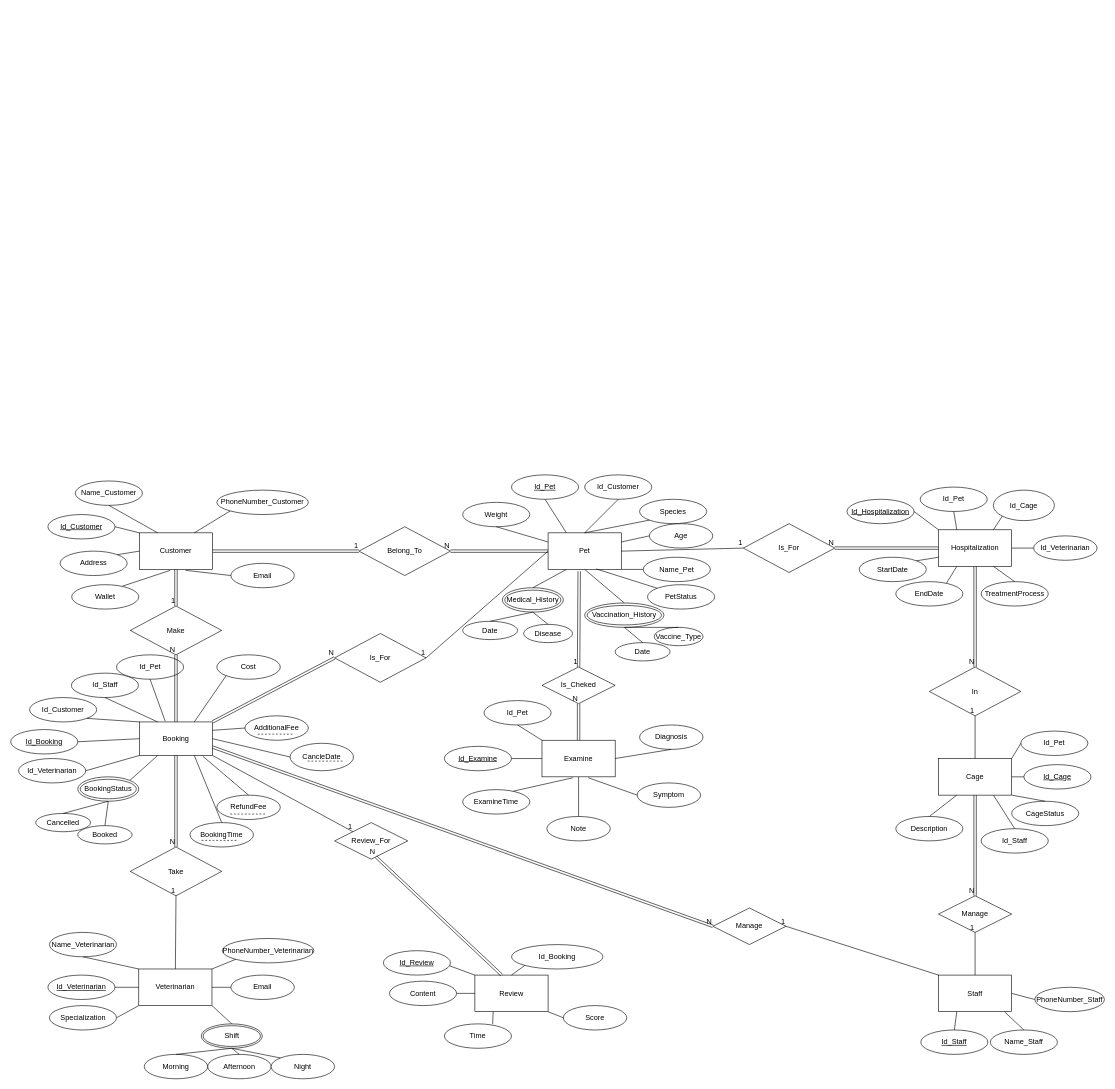
Earlier version of the draw.io diagram ERDOfProject.drawio (haq1904/PetHealthCareSystemProject). Source tidied: cells renumbered, new cells numbered last; positions are measured from the earlier drawing's top-left corner, leaving out a move shared by most shapes. Both pictures are drawn from the tidied source at 61%, with x=0, y=0 at pixel (10, 475).
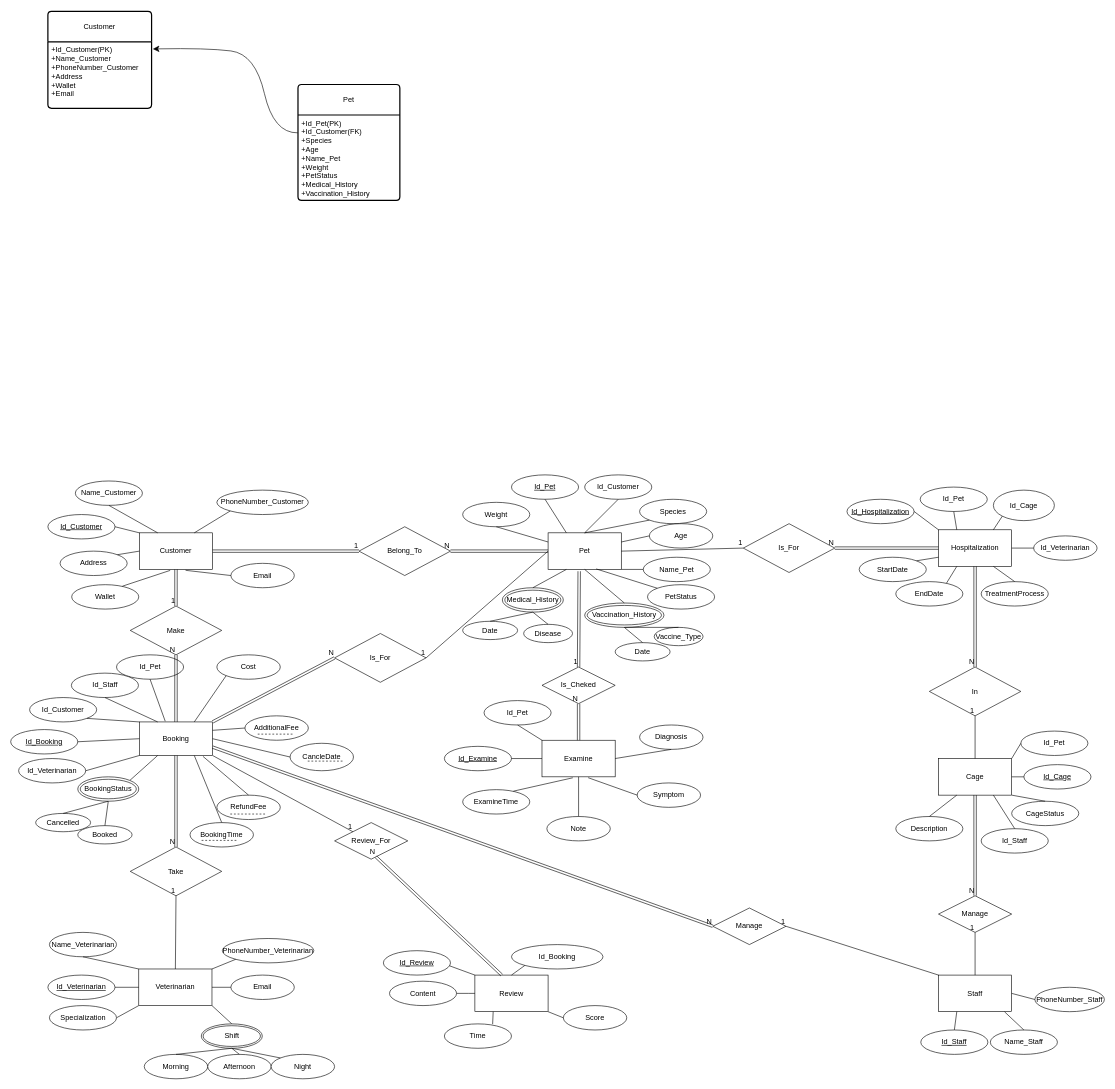
Above is the later version.

Commit message:
Cập nhật ERDOfProject.drawio

The edit, as a diff of the source:
```diff
@@
+    <mxCell id="199" value="&lt;span style=&quot;font-size: 12px;&quot;&gt;Customer&lt;/span&gt;" style="swimlane;horizontal=1;startSize=50;rounded=1;fontSize=14;fontStyle=0;strokeWidth=2;shadow=0;dashed=0;align=center;arcSize=4;whiteSpace=wrap;html=1;" parent="1" vertex="1">
+      <mxGeometry x="61" y="-760" width="170" height="159" as="geometry" />
+    </mxCell>
+    <mxCell id="200" value="+&lt;span style=&quot;text-align: center; text-wrap-mode: wrap;&quot;&gt;Id_Customer(PK)&lt;/span&gt;&lt;br&gt;+&lt;span style=&quot;text-align: center; text-wrap-mode: wrap;&quot;&gt;Name_Customer&lt;/span&gt;&lt;br&gt;+&lt;span style=&quot;text-align: center; text-wrap-mode: wrap;&quot;&gt;PhoneNumber_Customer&lt;/span&gt;&lt;div&gt;+&lt;span style=&quot;text-align: center; text-wrap-mode: wrap; background-color: initial;&quot;&gt;Address&lt;/span&gt;&lt;/div&gt;&lt;div&gt;+&lt;span style=&quot;text-align: center; text-wrap-mode: wrap; background-color: initial;&quot;&gt;Wallet&lt;/span&gt;&lt;/div&gt;&lt;div&gt;+&lt;span style=&quot;text-align: center; text-wrap-mode: wrap; background-color: initial;&quot;&gt;Email&lt;/span&gt;&lt;/div&gt;" style="align=left;strokeColor=none;fillColor=none;spacingLeft=4;fontSize=12;verticalAlign=top;html=1;" parent="199" vertex="1">
+      <mxGeometry y="50" width="170" height="109" as="geometry" />
+    </mxCell>
+    <mxCell id="201" value="&lt;span style=&quot;font-size: 12px;&quot;&gt;Pet&lt;/span&gt;" style="swimlane;horizontal=1;startSize=50;rounded=1;fontSize=14;fontStyle=0;strokeWidth=2;shadow=0;dashed=0;align=center;arcSize=4;whiteSpace=wrap;html=1;" parent="1" vertex="1">
+      <mxGeometry x="471" y="-640" width="167" height="190" as="geometry" />
+    </mxCell>
+    <mxCell id="202" value="+&lt;span style=&quot;text-align: center; text-wrap-mode: wrap;&quot;&gt;Id_Pet&lt;/span&gt;&lt;span style=&quot;text-align: center; text-wrap-mode: wrap;&quot;&gt;(PK)&lt;/span&gt;&lt;br&gt;+&lt;span style=&quot;text-align: center; text-wrap-mode: wrap;&quot;&gt;Id_Customer(FK)&lt;/span&gt;&lt;br&gt;&lt;div&gt;&lt;span style=&quot;text-align: center; text-wrap-mode: wrap;&quot;&gt;+Species&lt;/span&gt;&lt;/div&gt;&lt;div&gt;+&lt;span style=&quot;text-align: center; text-wrap-mode: wrap; background-color: initial;&quot;&gt;Age&lt;/span&gt;&lt;/div&gt;&lt;div&gt;+&lt;span style=&quot;text-align: center; text-wrap-mode: wrap; background-color: initial;&quot;&gt;Name_Pet&lt;/span&gt;&lt;/div&gt;&lt;div&gt;+&lt;span style=&quot;text-align: center; text-wrap-mode: wrap; background-color: initial;&quot;&gt;Weight&lt;/span&gt;&lt;/div&gt;&lt;div&gt;&lt;span style=&quot;text-align: center; text-wrap-mode: wrap; background-color: initial;&quot;&gt;+PetStatus&lt;/span&gt;&lt;/div&gt;&lt;div&gt;&lt;span style=&quot;text-align: center; text-wrap-mode: wrap; background-color: initial;&quot;&gt;+Medical_History&lt;/span&gt;&lt;/div&gt;&lt;div&gt;&lt;span style=&quot;text-align: center; text-wrap-mode: wrap; background-color: initial;&quot;&gt;+&lt;/span&gt;&lt;span style=&quot;text-align: center; text-wrap-mode: wrap; background-color: initial;&quot;&gt;Vaccination_History&lt;/span&gt;&lt;/div&gt;" style="align=left;strokeColor=none;fillColor=none;spacingLeft=4;fontSize=12;verticalAlign=top;html=1;" parent="201" vertex="1">
+      <mxGeometry y="50" width="167" height="140" as="geometry" />
+    </mxCell>
+    <mxCell id="203" style="curved=1;endArrow=classic;html=1;rounded=0;fontSize=12;startSize=8;endSize=8;entryX=1.012;entryY=0.108;entryDx=0;entryDy=0;entryPerimeter=0;exitX=-0.002;exitY=0.209;exitDx=0;exitDy=0;exitPerimeter=0;" parent="1" edge="1" source="202" target="200">
+      <mxGeometry relative="1" as="geometry">
+        <Array as="points">
+          <mxPoint x="431" y="-560" />
+          <mxPoint x="401" y="-690" />
+          <mxPoint x="321" y="-700" />
+        </Array>
+      </mxGeometry>
+    </mxCell>
```
